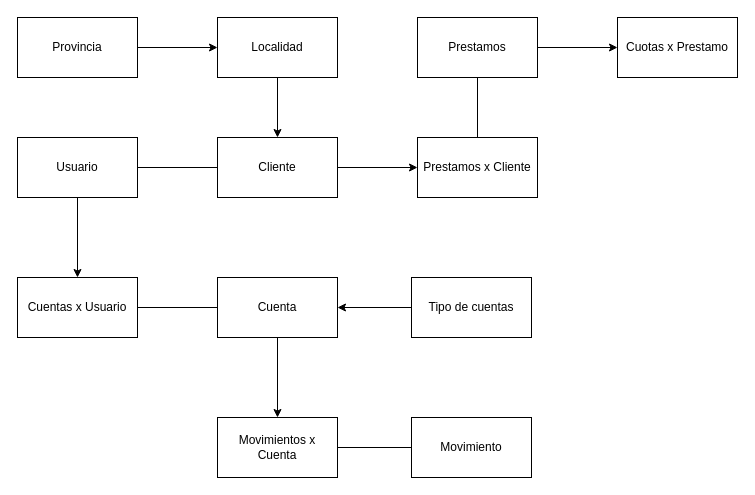
Before: Documentación/DER.drawio in AxelNegro/Banco_Laboratorio_V, a draw.io diagram. Source tidied: cells renumbered, new cells numbered last; positions are measured from the earlier drawing's top-left corner, leaving out a move shared by most shapes. Both pictures are drawn from the tidied source at 100%, with x=0, y=0 at pixel (17, 17).
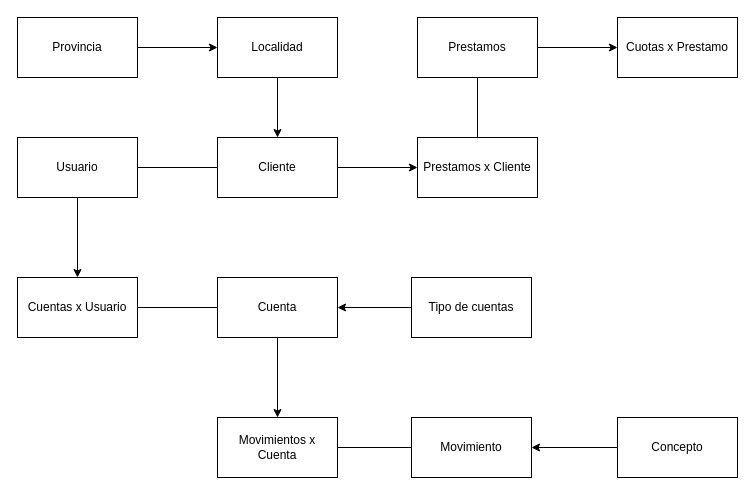
Above is the later version.

Unchanged cells that the change refers to:
```xml
<mxCell id="16" value="&lt;div&gt;Movimiento&lt;/div&gt;" style="rounded=0;whiteSpace=wrap;html=1;" parent="1" vertex="1">
  <mxGeometry x="394" y="400" width="120" height="60" as="geometry" />
</mxCell>
```

The edit, as a diff of the source:
```diff
@@
+    <mxCell id="25" style="edgeStyle=orthogonalEdgeStyle;rounded=0;jettySize=auto;html=1;startArrow=classic;startFill=1;endArrow=none;endFill=0;" parent="1" edge="1" source="16" target="26">
+      <mxGeometry relative="1" as="geometry" />
+    </mxCell>
@@
+    <mxCell id="26" value="Concepto" style="rounded=0;whiteSpace=wrap;html=1;" parent="1" vertex="1">
+      <mxGeometry x="600" y="400" width="120" height="60" as="geometry" />
+    </mxCell>
```
